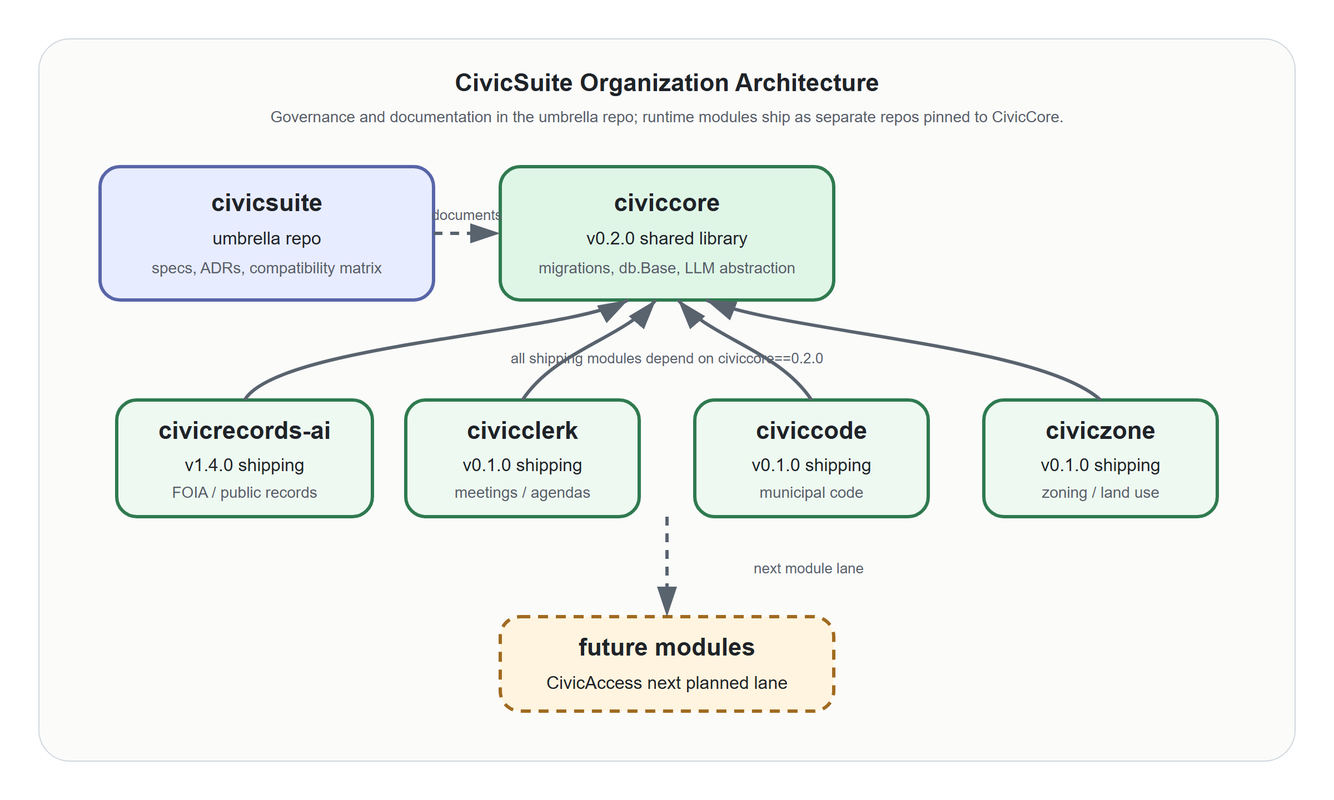
CivicSuite/civicsuite keeps this Mermaid diagram as docs/diagrams/suite-architecture.png. Above is the earlier version. Its source is kept beside it as docs/diagrams/suite-architecture.mmd.
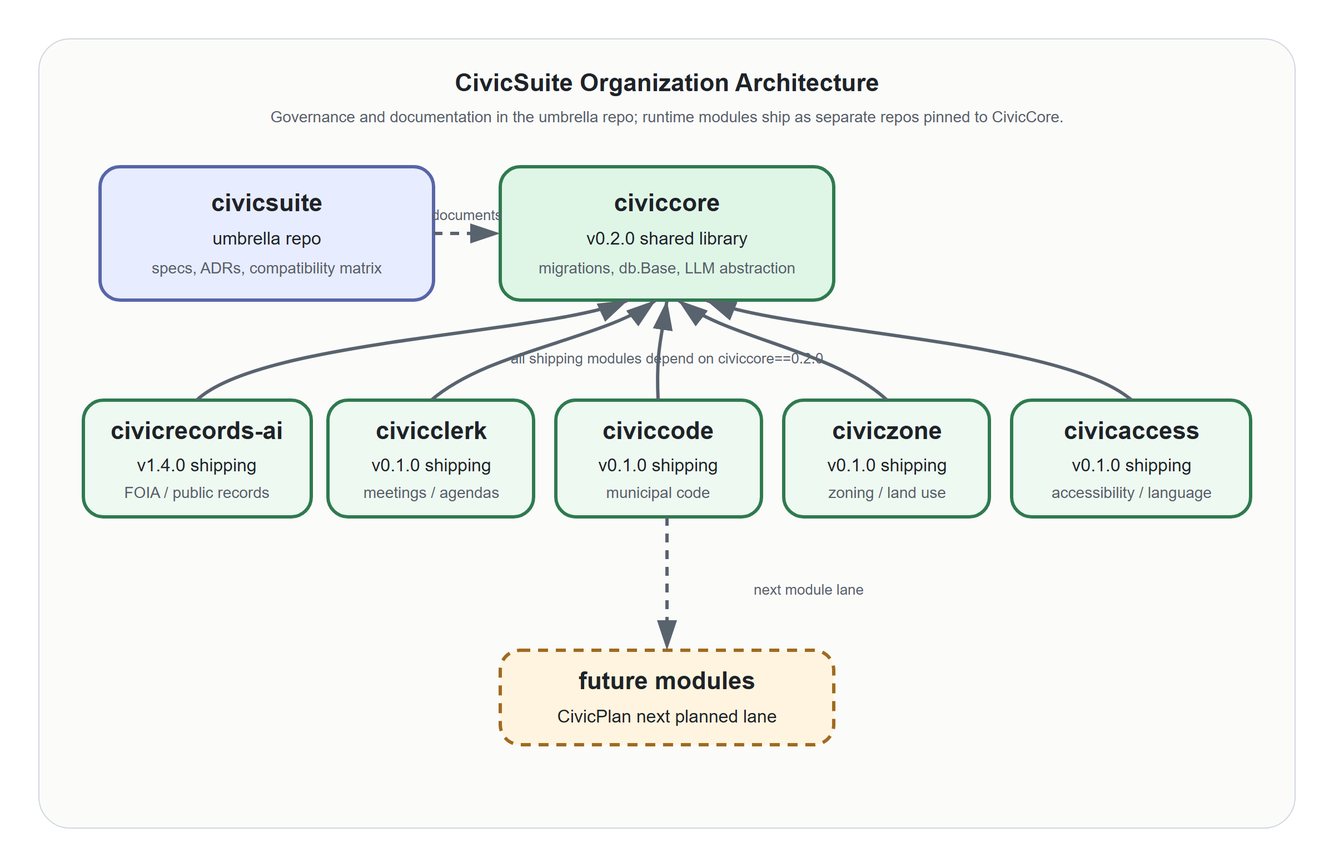
The same file after the commit.

Diff of the diagram source:
```diff
@@ -8,9 +8,10 @@
         Clerk["civicclerk<br/>v0.1.0<br/>meeting management"]
         Code["civiccode<br/>v0.1.0<br/>municipal code"]
         Zone["civiczone<br/>v0.1.0<br/>zoning / land use"]
+        Access["civicaccess<br/>v0.1.0<br/>accessibility / language"]
     end
     subgraph FUTURE["Future modules - planned, not started"]
-        Access["civicaccess<br/>planned"]
+        Plan["civicplan<br/>next planned lane"]
     end
     SuiteRepo -.documents.-> Core
     SuiteRepo -.documents.-> Records
@@ -18,10 +19,12 @@
     SuiteRepo -.governs.-> Code
     SuiteRepo -.governs.-> Zone
     SuiteRepo -.governs.-> Access
+    SuiteRepo -.governs.-> Plan
     Records -->|"depends on ==0.2.0"| Core
     Clerk -->|"depends on ==0.2.0"| Core
     Code -->|"depends on ==0.2.0"| Core
     Zone -->|"depends on ==0.2.0"| Core
+    Access -->|"depends on ==0.2.0"| Core
     classDef shipping fill:#d4f4dd,stroke:#3a7a4a,stroke-width:2px,color:#000
     classDef governance fill:#e1e1ff,stroke:#5a5aa0,stroke-width:2px,color:#000
     classDef future fill:#fff4e1,stroke:#a08040,stroke-width:1px,stroke-dasharray:5 5,color:#000
@@ -32,4 +35,5 @@
     class Clerk shipping
     class Code shipping
     class Zone shipping
-    class Access future
+    class Access shipping
+    class Plan future
```
